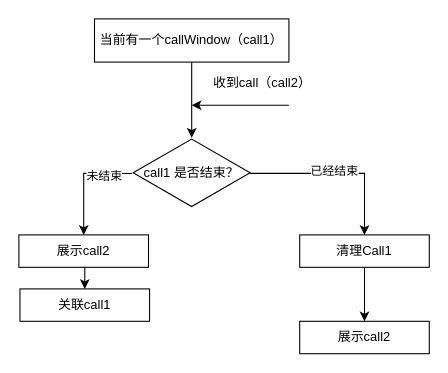
Before: 未命名绘图.drawio in brookchenli/drawio, a draw.io diagram. Source tidied: cells renumbered, new cells numbered last; positions are measured from the earlier drawing's top-left corner, leaving out a move shared by most shapes. Both pictures are drawn from the tidied source at 108%, with x=0, y=0 at pixel (18, 18).
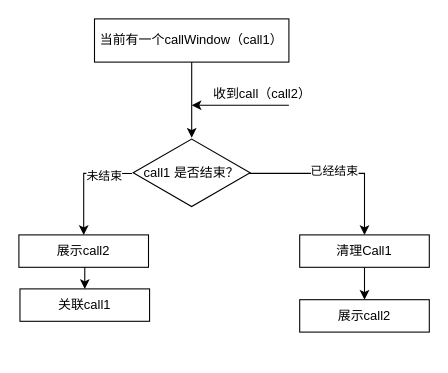
The same page after the edit.

Commit message:
更新未命名绘图.drawio

The change refers to these unchanged cells:
```xml
<mxCell id="10" value="清理Call1" style="rounded=0;whiteSpace=wrap;html=1;" parent="1" vertex="1">
  <mxGeometry x="260" y="200" width="120" height="30" as="geometry" />
</mxCell>
```

What changed in the source:
```diff
@@
     <mxCell id="5" value="收到call（call2）" style="text;html=1;align=center;verticalAlign=middle;strokeColor=none;fillColor=none;" parent="1" vertex="1">
-      <mxGeometry x="170" y="50" width="110" height="20" as="geometry" />
+      <mxGeometry x="170" y="60" width="110" height="20" as="geometry" />
     </mxCell>
@@
-    <mxCell id="9" style="edgeStyle=orthogonalEdgeStyle;rounded=0;jettySize=auto;html=1;exitX=0.5;exitY=1;exitDx=0;exitDy=0;entryX=0.5;entryY=0;entryDx=0;entryDy=0;" parent="1" edge="1" source="10" target="11">
-      <mxGeometry relative="1" as="geometry" />
+    <mxCell id="9" style="edgeStyle=orthogonalEdgeStyle;rounded=0;jettySize=auto;html=1;exitX=0.5;exitY=1;exitDx=0;exitDy=0;" parent="1" edge="1" source="10">
+      <mxGeometry relative="1" as="geometry">
+        <mxPoint x="320" y="260" as="targetPoint" />
+      </mxGeometry>
     </mxCell>
@@
     <mxCell id="11" value="展示call2" style="rounded=0;whiteSpace=wrap;html=1;" parent="1" vertex="1">
-      <mxGeometry x="260" y="280" width="120" height="30" as="geometry" />
+      <mxGeometry x="260" y="260" width="120" height="30" as="geometry" />
     </mxCell>
```
